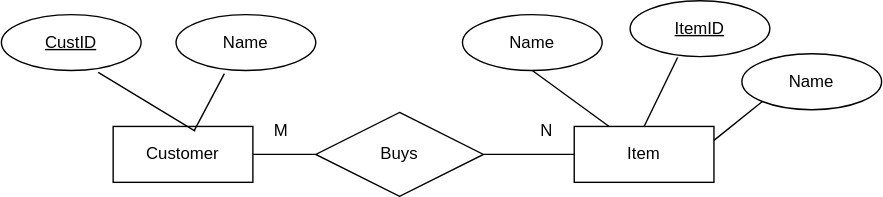
brendanpshea/database_sql keeps this draw.io diagram as images/Wed_Chen_Simple.svg. Above is the earlier version. Source tidied: cells renumbered, new cells last; positions are measured from the earlier drawing's top-left corner, leaving out a move shared by most shapes.
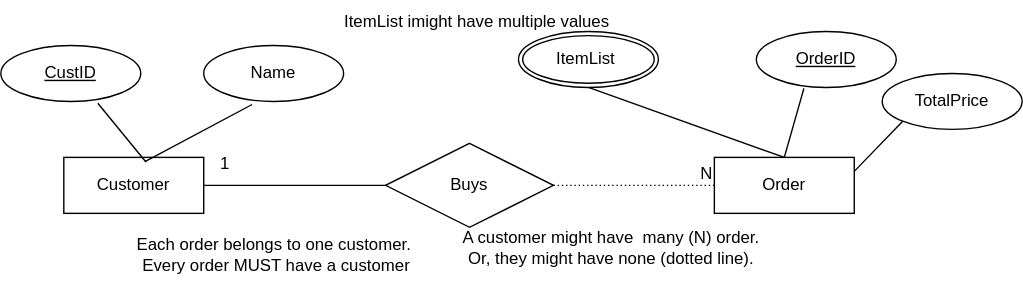
Above is the later version.

The edit, as a diff of the source:
```diff
@@ -3,55 +3,64 @@
     <mxCell id="0" />
     <mxCell id="1" parent="0" />
     <mxCell id="2" value="Customer" style="whiteSpace=wrap;html=1;align=center;" parent="1" vertex="1">
-      <mxGeometry x="80" y="90" width="100" height="40" as="geometry" />
+      <mxGeometry x="-5" y="90" width="100" height="40" as="geometry" />
     </mxCell>
-    <mxCell id="3" value="Item" style="whiteSpace=wrap;html=1;align=center;" parent="1" vertex="1">
-      <mxGeometry x="410" y="90" width="100" height="40" as="geometry" />
+    <mxCell id="3" value="Order" style="whiteSpace=wrap;html=1;align=center;" parent="1" vertex="1">
+      <mxGeometry x="460" y="90" width="100" height="40" as="geometry" />
     </mxCell>
-    <mxCell id="4" style="endArrow=none;html=1;rounded=0;exitX=1;exitY=0.5;exitDx=0;exitDy=0;entryX=0;entryY=0.5;entryDx=0;entryDy=0;" parent="1" edge="1" source="6" target="3">
-      <mxGeometry relative="1" as="geometry" />
-    </mxCell>
-    <mxCell id="5" style="endArrow=none;html=1;rounded=0;exitX=1;exitY=0.5;exitDx=0;exitDy=0;entryX=0;entryY=0.5;entryDx=0;entryDy=0;" parent="1" edge="1" source="2" target="6">
-      <mxGeometry relative="1" as="geometry" />
-    </mxCell>
     <mxCell id="6" value="Buys" style="shape=rhombus;perimeter=rhombusPerimeter;whiteSpace=wrap;html=1;align=center;" parent="1" vertex="1">
       <mxGeometry x="225" y="80" width="120" height="60" as="geometry" />
     </mxCell>
     <mxCell id="7" value="Name" style="ellipse;whiteSpace=wrap;html=1;align=center;" parent="1" vertex="1">
-      <mxGeometry x="125" y="10" width="100" height="40" as="geometry" />
+      <mxGeometry x="95" y="10" width="100" height="40" as="geometry" />
     </mxCell>
-    <mxCell id="8" value="M" style="text;html=1;align=center;verticalAlign=middle;strokeColor=none;fillColor=none;" parent="1" vertex="1">
-      <mxGeometry x="185" y="78" width="30" height="30" as="geometry" />
-    </mxCell>
-    <mxCell id="9" value="N" style="text;html=1;align=center;verticalAlign=middle;strokeColor=none;fillColor=none;" parent="1" vertex="1">
-      <mxGeometry x="375" y="78" width="30" height="30" as="geometry" />
-    </mxCell>
     <mxCell id="10" style="endArrow=none;html=1;rounded=0;exitX=0.58;exitY=0.075;exitDx=0;exitDy=0;exitPerimeter=0;entryX=0.346;entryY=1.055;entryDx=0;entryDy=0;entryPerimeter=0;" parent="1" edge="1" source="2" target="7">
       <mxGeometry relative="1" as="geometry" />
     </mxCell>
     <mxCell id="11" value="CustID" style="ellipse;whiteSpace=wrap;html=1;align=center;fontStyle=4;" parent="1" vertex="1">
-      <mxGeometry y="10" width="100" height="40" as="geometry" />
+      <mxGeometry x="-50" y="10" width="100" height="40" as="geometry" />
     </mxCell>
     <mxCell id="12" style="endArrow=none;html=1;rounded=0;exitX=0.693;exitY=1.033;exitDx=0;exitDy=0;exitPerimeter=0;entryX=0.587;entryY=0.083;entryDx=0;entryDy=0;entryPerimeter=0;" parent="1" edge="1" source="11" target="2">
       <mxGeometry relative="1" as="geometry" />
     </mxCell>
-    <mxCell id="13" value="Name" style="ellipse;whiteSpace=wrap;html=1;align=center;" parent="1" vertex="1">
-      <mxGeometry x="330" y="10" width="100" height="40" as="geometry" />
-    </mxCell>
-    <mxCell id="14" style="endArrow=none;html=1;rounded=0;exitX=0.25;exitY=0;exitDx=0;exitDy=0;entryX=0.5;entryY=1;entryDx=0;entryDy=0;" parent="1" edge="1" source="3" target="13">
-      <mxGeometry relative="1" as="geometry" />
-    </mxCell>
-    <mxCell id="15" value="ItemID" style="ellipse;whiteSpace=wrap;html=1;align=center;fontStyle=4;" parent="1" vertex="1">
-      <mxGeometry x="450" width="100" height="40" as="geometry" />
+    <mxCell id="15" value="OrderID" style="ellipse;whiteSpace=wrap;html=1;align=center;fontStyle=4;" parent="1" vertex="1">
+      <mxGeometry x="490" width="100" height="40" as="geometry" />
     </mxCell>
     <mxCell id="16" style="endArrow=none;html=1;rounded=0;exitX=0.5;exitY=0;exitDx=0;exitDy=0;entryX=0.34;entryY=1.017;entryDx=0;entryDy=0;entryPerimeter=0;" parent="1" edge="1" source="3" target="15">
       <mxGeometry relative="1" as="geometry" />
     </mxCell>
-    <mxCell id="17" value="Name" style="ellipse;whiteSpace=wrap;html=1;align=center;" parent="1" vertex="1">
-      <mxGeometry x="530" y="38" width="100" height="40" as="geometry" />
+    <mxCell id="17" value="TotalPrice" style="ellipse;whiteSpace=wrap;html=1;align=center;" parent="1" vertex="1">
+      <mxGeometry x="580" y="30" width="100" height="40" as="geometry" />
     </mxCell>
     <mxCell id="18" style="endArrow=none;html=1;rounded=0;exitX=1;exitY=0.25;exitDx=0;exitDy=0;entryX=0;entryY=1;entryDx=0;entryDy=0;" parent="1" edge="1" source="3" target="17">
       <mxGeometry relative="1" as="geometry" />
     </mxCell>
+    <mxCell id="19" value="ItemList&amp;nbsp;" style="ellipse;shape=doubleEllipse;margin=3;whiteSpace=wrap;html=1;align=center;" parent="1" vertex="1">
+      <mxGeometry x="320" width="100" height="40" as="geometry" />
+    </mxCell>
+    <mxCell id="20" style="endArrow=none;html=1;rounded=0;exitX=0.5;exitY=1;exitDx=0;exitDy=0;entryX=0.5;entryY=0;entryDx=0;entryDy=0;" parent="1" edge="1" source="19" target="3">
+      <mxGeometry relative="1" as="geometry" />
+    </mxCell>
+    <mxCell id="21" value="ItemList imight have multiple values" style="text;html=1;align=center;verticalAlign=middle;strokeColor=none;fillColor=none;" parent="1" vertex="1">
+      <mxGeometry x="185" y="-22" width="210" height="30" as="geometry" />
+    </mxCell>
+    <mxCell id="22" value="Each order belongs to one customer.&lt;br&gt;&amp;nbsp;Every order MUST have a customer" style="text;html=1;align=center;verticalAlign=middle;strokeColor=none;fillColor=none;" parent="1" vertex="1">
+      <mxGeometry x="35" y="140" width="220" height="40" as="geometry" />
+    </mxCell>
+    <mxCell id="5" style="endArrow=none;html=1;rounded=0;exitX=1;exitY=0.5;exitDx=0;exitDy=0;entryX=0;entryY=0.5;entryDx=0;entryDy=0;" parent="1" edge="1" source="2" target="6">
+      <mxGeometry relative="1" as="geometry" />
+    </mxCell>
+    <mxCell id="23" value="1" style="text;html=1;align=center;verticalAlign=middle;strokeColor=none;fillColor=none;" parent="1" vertex="1">
+      <mxGeometry x="95" y="80" width="30" height="30" as="geometry" />
+    </mxCell>
+    <mxCell id="4" style="endArrow=none;html=1;rounded=0;dashed=1;dashPattern=1 2;exitX=1;exitY=0.5;exitDx=0;exitDy=0;entryX=0;entryY=0.5;entryDx=0;entryDy=0;" parent="1" edge="1" source="6" target="3">
+      <mxGeometry relative="1" as="geometry" />
+    </mxCell>
+    <mxCell id="9" value="N" style="html=1;whiteSpace=wrap;align=right;verticalAlign=bottom;" parent="4" vertex="1">
+      <mxGeometry x="1" relative="1" as="geometry" />
+    </mxCell>
+    <mxCell id="24" value="A customer might have&amp;nbsp; many (N) order.&lt;br&gt;Or, they might have none (dotted line)." style="text;html=1;align=center;verticalAlign=middle;strokeColor=none;fillColor=none;" parent="1" vertex="1">
+      <mxGeometry x="266" y="135" width="240" height="40" as="geometry" />
+    </mxCell>
   </root>
 </mxGraphModel>
```
